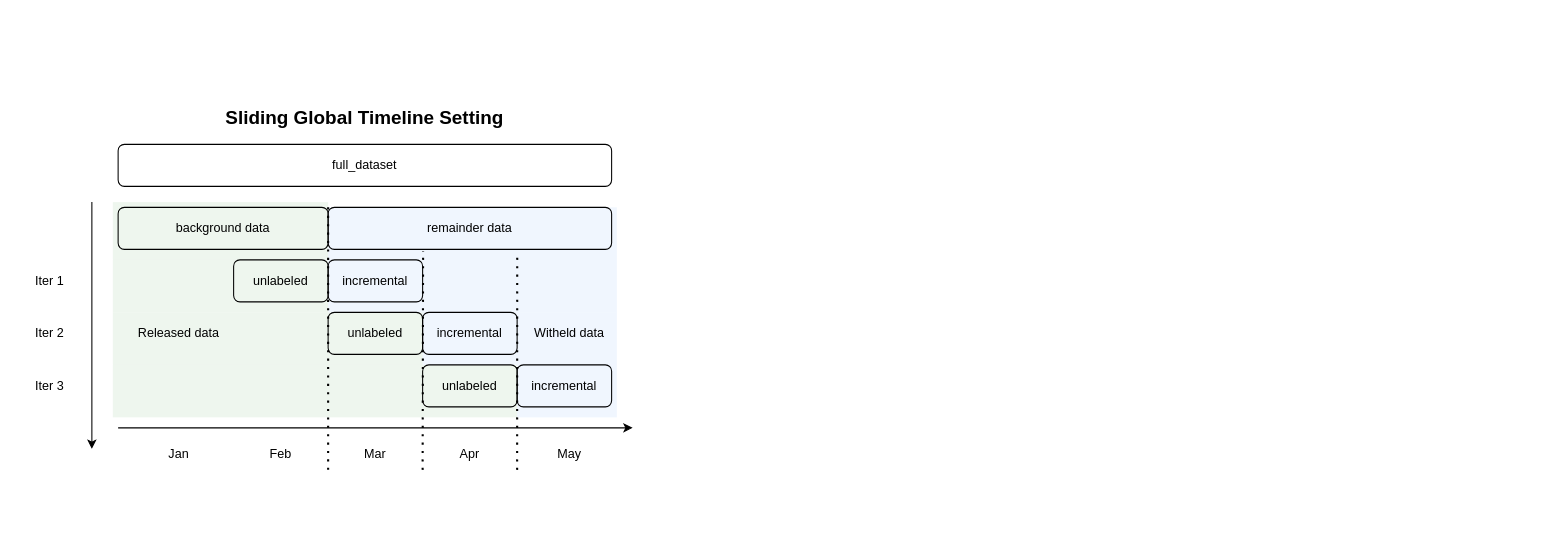
The draw.io diagram page "sliding window overview" (5 of 15) of docs/diagram/sliding_setting_scheme.drawio in HiIAmTzeKean/streamsight, before the edit. Source tidied: cells renumbered, new cells numbered last; positions are measured from the earlier drawing's top-left corner, leaving out a move shared by most shapes. Both pictures are drawn from the tidied source at 105%, with x=0, y=0 at pixel (18, 87).
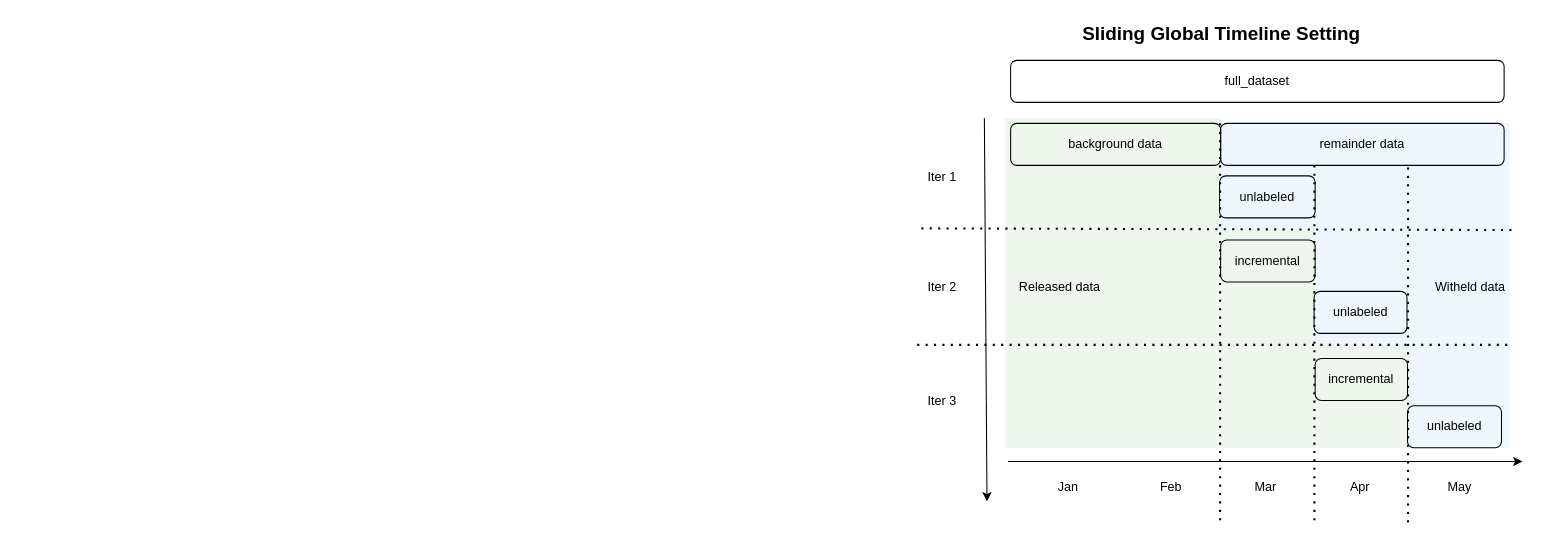
The same page after the edit.

Diff of the diagram source:
```diff
@@
-    <mxCell id="2" style="rounded=0;whiteSpace=wrap;html=1;strokeColor=none;fillColor=#d5e8d4;opacity=40;" parent="1" vertex="1">
-      <mxGeometry x="90" y="109" width="205" height="55" as="geometry" />
-    </mxCell>
-    <mxCell id="3" style="rounded=0;whiteSpace=wrap;html=1;strokeColor=none;fillColor=#d5e8d4;opacity=40;" parent="1" vertex="1">
-      <mxGeometry x="90" y="164" width="205" height="50" as="geometry" />
-    </mxCell>
-    <mxCell id="4" style="rounded=0;whiteSpace=wrap;html=1;strokeColor=none;fillColor=#d5e8d4;opacity=40;" parent="1" vertex="1">
-      <mxGeometry x="90" y="214" width="295" height="50" as="geometry" />
-    </mxCell>
-    <mxCell id="5" style="rounded=0;whiteSpace=wrap;html=1;strokeColor=none;fillColor=#d5e8d4;opacity=40;" parent="1" vertex="1">
-      <mxGeometry x="90" y="264" width="385" height="50" as="geometry" />
-    </mxCell>
-    <mxCell id="6" style="rounded=0;whiteSpace=wrap;html=1;strokeColor=none;fillColor=#dae8fc;gradientColor=none;opacity=40;" parent="1" vertex="1">
-      <mxGeometry x="295" y="114" width="275" height="100" as="geometry" />
-    </mxCell>
-    <mxCell id="7" style="rounded=0;whiteSpace=wrap;html=1;strokeColor=none;fillColor=#dae8fc;gradientColor=none;opacity=40;" parent="1" vertex="1">
-      <mxGeometry x="385" y="214" width="185" height="50" as="geometry" />
-    </mxCell>
-    <mxCell id="8" style="rounded=0;whiteSpace=wrap;html=1;strokeColor=none;fillColor=#dae8fc;gradientColor=none;opacity=40;" parent="1" vertex="1">
-      <mxGeometry x="475" y="264" width="95" height="50" as="geometry" />
-    </mxCell>
+    <mxCell id="36" style="rounded=0;whiteSpace=wrap;html=1;strokeColor=none;fillColor=none;" parent="1" vertex="1">
+      <mxGeometry x="840" y="-66" width="612.5" height="490" as="geometry" />
+    </mxCell>
+    <mxCell id="37" style="rounded=0;whiteSpace=wrap;html=1;strokeColor=none;fillColor=#d5e8d4;opacity=40;" parent="1" vertex="1">
+      <mxGeometry x="940" y="29" width="205" height="55" as="geometry" />
+    </mxCell>
+    <mxCell id="38" style="rounded=0;whiteSpace=wrap;html=1;strokeColor=none;fillColor=#d5e8d4;opacity=40;" parent="1" vertex="1">
+      <mxGeometry x="940" y="84" width="205" height="51" as="geometry" />
+    </mxCell>
+    <mxCell id="39" style="rounded=0;whiteSpace=wrap;html=1;strokeColor=none;fillColor=#d5e8d4;opacity=40;" parent="1" vertex="1">
+      <mxGeometry x="940" y="135" width="295" height="110" as="geometry" />
+    </mxCell>
+    <mxCell id="40" style="rounded=0;whiteSpace=wrap;html=1;strokeColor=none;fillColor=#d5e8d4;opacity=40;" parent="1" vertex="1">
+      <mxGeometry x="940" y="245" width="385" height="98" as="geometry" />
+    </mxCell>
+    <mxCell id="41" style="rounded=0;whiteSpace=wrap;html=1;strokeColor=none;fillColor=#dae8fc;gradientColor=none;opacity=40;" parent="1" vertex="1">
+      <mxGeometry x="1145" y="34" width="275" height="101" as="geometry" />
+    </mxCell>
+    <mxCell id="42" style="rounded=0;whiteSpace=wrap;html=1;strokeColor=none;fillColor=#dae8fc;gradientColor=none;opacity=40;" parent="1" vertex="1">
+      <mxGeometry x="1235" y="135" width="185" height="110" as="geometry" />
+    </mxCell>
+    <mxCell id="43" style="rounded=0;whiteSpace=wrap;html=1;strokeColor=none;fillColor=#dae8fc;gradientColor=none;opacity=40;" parent="1" vertex="1">
+      <mxGeometry x="1325" y="245" width="95" height="98" as="geometry" />
+    </mxCell>
     <mxCell id="9" value="background data" style="rounded=1;whiteSpace=wrap;html=1;fillColor=none;" parent="1" vertex="1">
-      <mxGeometry x="95" y="114" width="200" height="40" as="geometry" />
+      <mxGeometry x="945" y="34" width="200" height="40" as="geometry" />
     </mxCell>
     <mxCell id="10" value="remainder data" style="rounded=1;whiteSpace=wrap;html=1;fillColor=none;" parent="1" vertex="1">
-      <mxGeometry x="295" y="114" width="270" height="40" as="geometry" />
+      <mxGeometry x="1145" y="34" width="270" height="40" as="geometry" />
     </mxCell>
-    <mxCell id="11" value="unlabeled" style="rounded=1;whiteSpace=wrap;html=1;fillColor=none;" parent="1" vertex="1">
-      <mxGeometry x="205" y="164" width="90" height="40" as="geometry" />
-    </mxCell>
-    <mxCell id="12" value="incremental" style="rounded=1;whiteSpace=wrap;html=1;fillColor=none;" parent="1" vertex="1">
-      <mxGeometry x="295" y="164" width="90" height="40" as="geometry" />
-    </mxCell>
-    <mxCell id="13" value="unlabeled" style="rounded=1;whiteSpace=wrap;html=1;fillColor=none;" parent="1" vertex="1">
-      <mxGeometry x="295" y="214" width="90" height="40" as="geometry" />
-    </mxCell>
-    <mxCell id="14" value="incremental" style="rounded=1;whiteSpace=wrap;html=1;fillColor=none;" parent="1" vertex="1">
-      <mxGeometry x="385" y="214" width="90" height="40" as="geometry" />
-    </mxCell>
-    <mxCell id="15" value="unlabeled" style="rounded=1;whiteSpace=wrap;html=1;fillColor=none;" parent="1" vertex="1">
-      <mxGeometry x="385" y="264" width="90" height="40" as="geometry" />
-    </mxCell>
-    <mxCell id="16" value="incremental" style="rounded=1;whiteSpace=wrap;html=1;fillColor=none;" parent="1" vertex="1">
-      <mxGeometry x="475" y="264" width="90" height="40" as="geometry" />
-    </mxCell>
+    <mxCell id="44" value="unlabeled" style="rounded=1;whiteSpace=wrap;html=1;fillColor=none;" parent="1" vertex="1">
+      <mxGeometry x="1144" y="84" width="91" height="40" as="geometry" />
+    </mxCell>
+    <mxCell id="45" value="incremental" style="rounded=1;whiteSpace=wrap;html=1;fillColor=none;" parent="1" vertex="1">
+      <mxGeometry x="1145" y="145" width="90" height="40" as="geometry" />
+    </mxCell>
+    <mxCell id="46" value="unlabeled" style="rounded=1;whiteSpace=wrap;html=1;fillColor=none;" parent="1" vertex="1">
+      <mxGeometry x="1234" y="194" width="88.5" height="40" as="geometry" />
+    </mxCell>
+    <mxCell id="47" value="incremental" style="rounded=1;whiteSpace=wrap;html=1;fillColor=none;" parent="1" vertex="1">
+      <mxGeometry x="1235" y="258" width="88" height="40" as="geometry" />
+    </mxCell>
     <mxCell id="17" value="Released data" style="text;html=1;align=center;verticalAlign=middle;whiteSpace=wrap;rounded=0;" parent="1" vertex="1">
-      <mxGeometry x="102.5" y="219" width="100" height="30" as="geometry" />
+      <mxGeometry x="942" y="175" width="100" height="30" as="geometry" />
     </mxCell>
     <mxCell id="18" value="Witheld data" style="text;html=1;align=center;verticalAlign=middle;whiteSpace=wrap;rounded=0;" parent="1" vertex="1">
-      <mxGeometry x="475" y="219" width="100" height="30" as="geometry" />
+      <mxGeometry x="1332.5" y="175" width="100" height="30" as="geometry" />
     </mxCell>
     <mxCell id="19" value="full_dataset" style="rounded=1;whiteSpace=wrap;html=1;" parent="1" vertex="1">
-      <mxGeometry x="95" y="54" width="470" height="40" as="geometry" />
+      <mxGeometry x="945" y="-26" width="470" height="40" as="geometry" />
     </mxCell>
     <mxCell id="20" value="Sliding Global Timeline Setting" style="text;html=1;align=center;verticalAlign=middle;whiteSpace=wrap;rounded=0;fontStyle=1;fontSize=18;" parent="1" vertex="1">
-      <mxGeometry x="192" y="14" width="276" height="30" as="geometry" />
+      <mxGeometry x="1008.2" y="-66" width="276" height="30" as="geometry" />
     </mxCell>
-    <mxCell id="21" style="endArrow=none;dashed=1;html=1;dashPattern=1 3;strokeWidth=2;rounded=0;" parent="1" edge="1">
-      <mxGeometry relative="1" as="geometry">
-        <mxPoint x="295" y="364" as="sourcePoint" />
-        <mxPoint x="295" y="114" as="targetPoint" />
-      </mxGeometry>
-    </mxCell>
-    <mxCell id="22" style="endArrow=classic;html=1;rounded=0;" parent="1" edge="1">
-      <mxGeometry relative="1" as="geometry">
-        <mxPoint x="95" y="324" as="sourcePoint" />
-        <mxPoint x="585" y="324" as="targetPoint" />
-      </mxGeometry>
-    </mxCell>
+    <mxCell id="48" style="endArrow=none;dashed=1;html=1;dashPattern=1 3;strokeWidth=2;rounded=0;" parent="1" edge="1">
+      <mxGeometry relative="1" as="geometry">
+        <mxPoint x="1144.5" y="412" as="sourcePoint" />
+        <mxPoint x="1144.5" y="34" as="targetPoint" />
+      </mxGeometry>
+    </mxCell>
+    <mxCell id="49" style="endArrow=classic;html=1;rounded=0;" parent="1" edge="1">
+      <mxGeometry relative="1" as="geometry">
+        <mxPoint x="942.5" y="356" as="sourcePoint" />
+        <mxPoint x="1432.5" y="356" as="targetPoint" />
+      </mxGeometry>
+    </mxCell>
     <mxCell id="23" value="Jan" style="text;html=1;align=center;verticalAlign=middle;whiteSpace=wrap;rounded=0;" parent="1" vertex="1">
-      <mxGeometry x="122.5" y="334" width="60" height="30" as="geometry" />
+      <mxGeometry x="970" y="366" width="60" height="30" as="geometry" />
     </mxCell>
     <mxCell id="24" value="Mar" style="text;html=1;align=center;verticalAlign=middle;whiteSpace=wrap;rounded=0;" parent="1" vertex="1">
-      <mxGeometry x="310" y="334" width="60" height="30" as="geometry" />
+      <mxGeometry x="1157.5" y="366" width="60" height="30" as="geometry" />
     </mxCell>
     <mxCell id="25" value="Apr" style="text;html=1;align=center;verticalAlign=middle;whiteSpace=wrap;rounded=0;" parent="1" vertex="1">
-      <mxGeometry x="400" y="334" width="60" height="30" as="geometry" />
+      <mxGeometry x="1247.5" y="366" width="60" height="30" as="geometry" />
     </mxCell>
     <mxCell id="26" value="May" style="text;html=1;align=center;verticalAlign=middle;whiteSpace=wrap;rounded=0;" parent="1" vertex="1">
-      <mxGeometry x="495" y="334" width="60" height="30" as="geometry" />
+      <mxGeometry x="1342.5" y="366" width="60" height="30" as="geometry" />
     </mxCell>
     <mxCell id="27" value="Feb" style="text;html=1;align=center;verticalAlign=middle;whiteSpace=wrap;rounded=0;" parent="1" vertex="1">
-      <mxGeometry x="220" y="334" width="60" height="30" as="geometry" />
+      <mxGeometry x="1067.5" y="366" width="60" height="30" as="geometry" />
     </mxCell>
-    <mxCell id="28" style="endArrow=none;dashed=1;html=1;dashPattern=1 3;strokeWidth=2;rounded=0;entryX=0.335;entryY=1.039;entryDx=0;entryDy=0;entryPerimeter=0;" parent="1" edge="1" target="10">
-      <mxGeometry relative="1" as="geometry">
-        <mxPoint x="385" y="364" as="sourcePoint" />
-      </mxGeometry>
-    </mxCell>
-    <mxCell id="29" style="endArrow=none;dashed=1;html=1;dashPattern=1 3;strokeWidth=2;rounded=0;fontStyle=1;entryX=0.667;entryY=1.111;entryDx=0;entryDy=0;entryPerimeter=0;" parent="1" edge="1" target="10">
-      <mxGeometry relative="1" as="geometry">
-        <mxPoint x="475" y="364" as="sourcePoint" />
-      </mxGeometry>
-    </mxCell>
-    <mxCell id="30" style="endArrow=classic;html=1;rounded=0;" parent="1" edge="1">
-      <mxGeometry relative="1" as="geometry">
-        <mxPoint x="70" y="109" as="sourcePoint" />
-        <mxPoint x="70" y="344" as="targetPoint" />
-      </mxGeometry>
-    </mxCell>
+    <mxCell id="50" style="endArrow=classic;html=1;rounded=0;" parent="1" edge="1">
+      <mxGeometry relative="1" as="geometry">
+        <mxPoint x="920" y="29" as="sourcePoint" />
+        <mxPoint x="922.5" y="394" as="targetPoint" />
+      </mxGeometry>
+    </mxCell>
     <mxCell id="31" value="Iter 1" style="text;html=1;align=center;verticalAlign=middle;whiteSpace=wrap;rounded=0;" parent="1" vertex="1">
-      <mxGeometry y="169" width="60" height="30" as="geometry" />
+      <mxGeometry x="850" y="69.5" width="60" height="30" as="geometry" />
     </mxCell>
     <mxCell id="32" value="Iter 2" style="text;html=1;align=center;verticalAlign=middle;whiteSpace=wrap;rounded=0;" parent="1" vertex="1">
-      <mxGeometry y="219" width="60" height="30" as="geometry" />
+      <mxGeometry x="850" y="175" width="60" height="30" as="geometry" />
     </mxCell>
     <mxCell id="33" value="Iter 3" style="text;html=1;align=center;verticalAlign=middle;whiteSpace=wrap;rounded=0;" parent="1" vertex="1">
-      <mxGeometry y="269" width="60" height="30" as="geometry" />
+      <mxGeometry x="850" y="284" width="60" height="30" as="geometry" />
     </mxCell>
-    <mxCell id="34" style="group;" parent="1" vertex="1">
-      <mxGeometry width="600" height="374" as="geometry" />
-    </mxCell>
-    <mxCell id="35" style="rounded=0;whiteSpace=wrap;html=1;fillColor=none;strokeColor=none;" parent="34" vertex="1">
-      <mxGeometry y="8.3" width="595.8" height="365.7" as="geometry" />
-    </mxCell>
+    <mxCell id="51" style="endArrow=none;dashed=1;html=1;dashPattern=1 3;strokeWidth=2;rounded=0;" parent="1" edge="1">
+      <mxGeometry relative="1" as="geometry">
+        <mxPoint x="860" y="134" as="sourcePoint" />
+        <mxPoint x="1423" y="135.6" as="targetPoint" />
+      </mxGeometry>
+    </mxCell>
+    <mxCell id="52" style="endArrow=none;dashed=1;html=1;dashPattern=1 3;strokeWidth=2;rounded=0;" parent="1" edge="1">
+      <mxGeometry relative="1" as="geometry">
+        <mxPoint x="856" y="245" as="sourcePoint" />
+        <mxPoint x="1420" y="245" as="targetPoint" />
+      </mxGeometry>
+    </mxCell>
+    <mxCell id="53" value="unlabeled" style="rounded=1;whiteSpace=wrap;html=1;fillColor=none;" parent="1" vertex="1">
+      <mxGeometry x="1323" y="303" width="89.5" height="40" as="geometry" />
+    </mxCell>
+    <mxCell id="54" style="endArrow=none;dashed=1;html=1;dashPattern=1 3;strokeWidth=2;rounded=0;" parent="1" edge="1">
+      <mxGeometry relative="1" as="geometry">
+        <mxPoint x="1234.3" y="412" as="sourcePoint" />
+        <mxPoint x="1234.3" y="72" as="targetPoint" />
+      </mxGeometry>
+    </mxCell>
+    <mxCell id="55" style="endArrow=none;dashed=1;html=1;dashPattern=1 3;strokeWidth=2;rounded=0;entryX=0.661;entryY=1.05;entryDx=0;entryDy=0;entryPerimeter=0;" parent="1" edge="1" target="10">
+      <mxGeometry relative="1" as="geometry">
+        <mxPoint x="1323.5" y="414" as="sourcePoint" />
+      </mxGeometry>
+    </mxCell>
```
